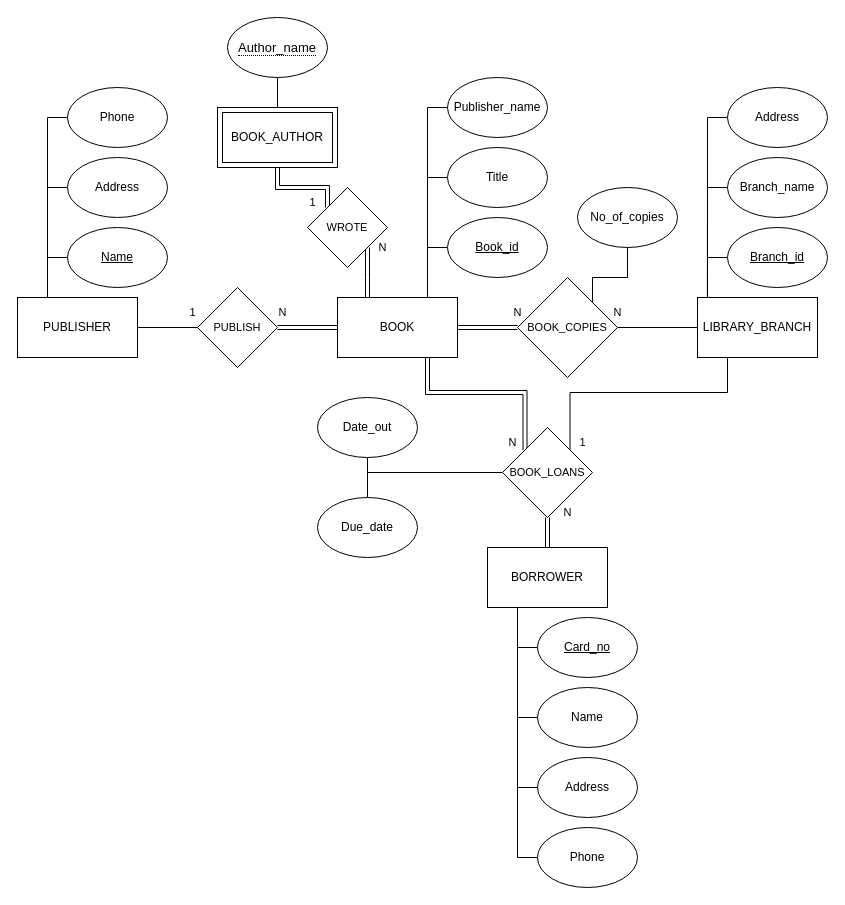
Above: assignment3/Question3.drawio in shivamdesai04/ENSF300 (draw.io), before the change. Source tidied: cells renumbered, new cells numbered last; positions are measured from the earlier drawing's top-left corner, leaving out a move shared by most shapes. Both pictures are drawn from the tidied source at 100%, with x=0, y=0 at pixel (17, 17).
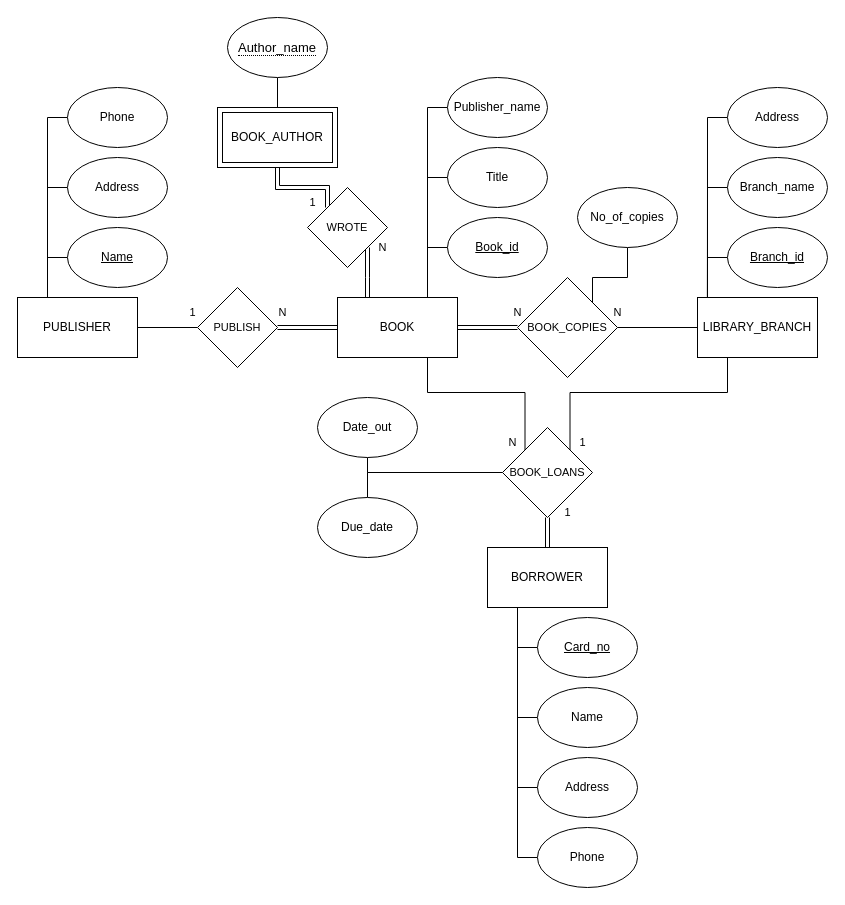
After the change.

The change refers to these unchanged cells:
```xml
<mxCell id="7" value="BOOK" style="whiteSpace=wrap;html=1;" parent="1" vertex="1">
  <mxGeometry x="320" y="280" width="120" height="60" as="geometry" />
</mxCell>
<mxCell id="44" value="BOOK_LOANS" style="rhombus;whiteSpace=wrap;html=1;fontFamily=Helvetica;fontSize=11;fontColor=default;" parent="1" vertex="1">
  <mxGeometry x="485" y="410" width="90" height="90" as="geometry" />
</mxCell>
```

The edit, as a diff of the source:
```diff
@@
-    <mxCell id="6" style="edgeStyle=orthogonalEdgeStyle;shape=link;rounded=0;jettySize=auto;html=1;exitX=0.75;exitY=1;exitDx=0;exitDy=0;entryX=0;entryY=0;entryDx=0;entryDy=0;labelBackgroundColor=default;strokeColor=default;fontFamily=Helvetica;fontSize=11;fontColor=default;endArrow=none;endFill=0;" parent="1" edge="1" source="7" target="44">
+    <mxCell id="6" style="edgeStyle=orthogonalEdgeStyle;rounded=0;jettySize=auto;html=1;exitX=0.75;exitY=1;exitDx=0;exitDy=0;entryX=0;entryY=0;entryDx=0;entryDy=0;labelBackgroundColor=default;strokeColor=default;fontFamily=Helvetica;fontSize=11;fontColor=default;endArrow=none;endFill=0;" parent="1" edge="1" source="7" target="44">
       <mxGeometry relative="1" as="geometry" />
     </mxCell>
@@
-    <mxCell id="61" value="N" style="text;html=1;align=center;verticalAlign=middle;strokeColor=none;fillColor=none;fontSize=11;fontFamily=Helvetica;fontColor=default;" parent="1" vertex="1">
+    <mxCell id="61" value="1" style="text;html=1;align=center;verticalAlign=middle;strokeColor=none;fillColor=none;fontSize=11;fontFamily=Helvetica;fontColor=default;" parent="1" vertex="1">
       <mxGeometry x="535" y="480" width="30" height="30" as="geometry" />
     </mxCell>
```
